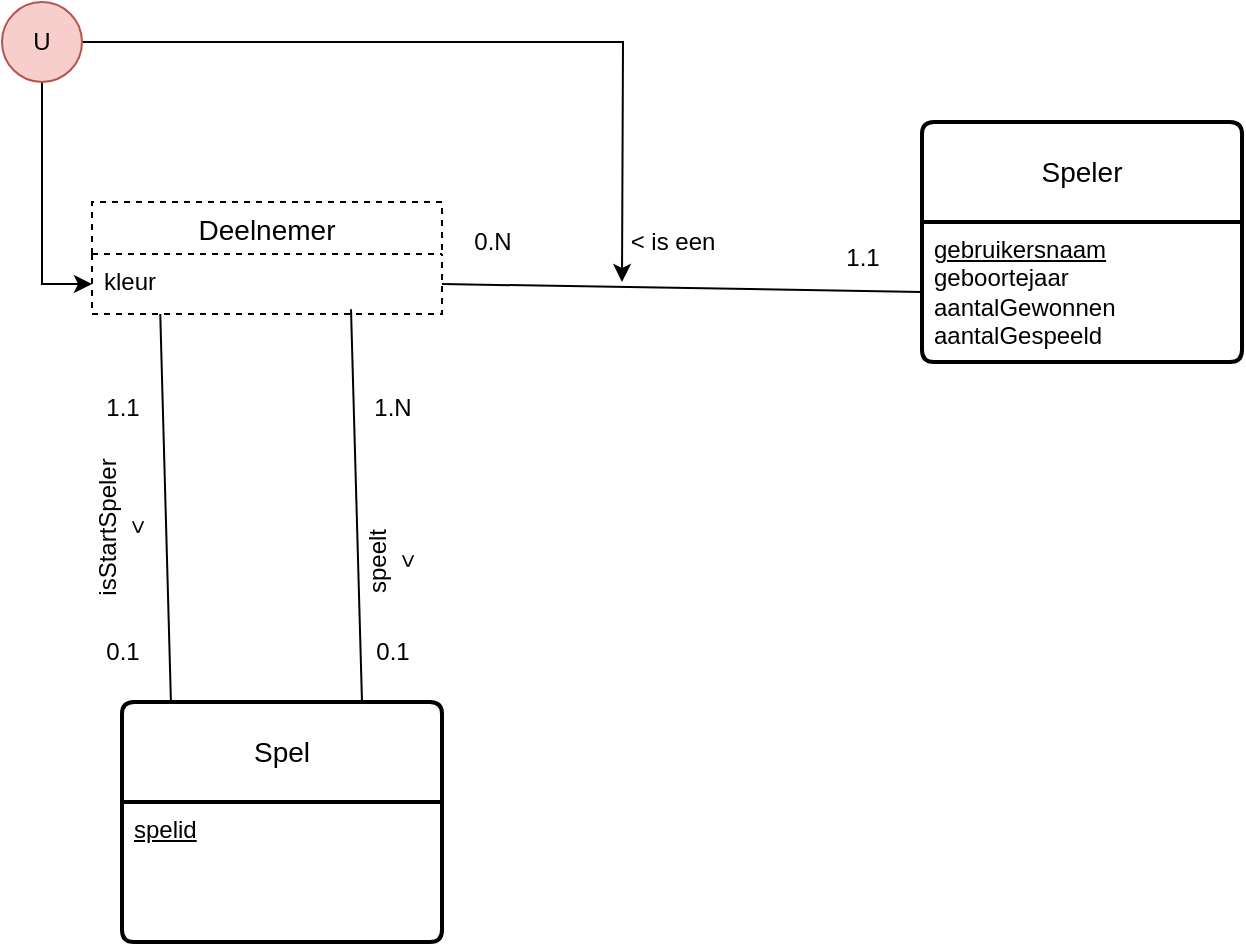
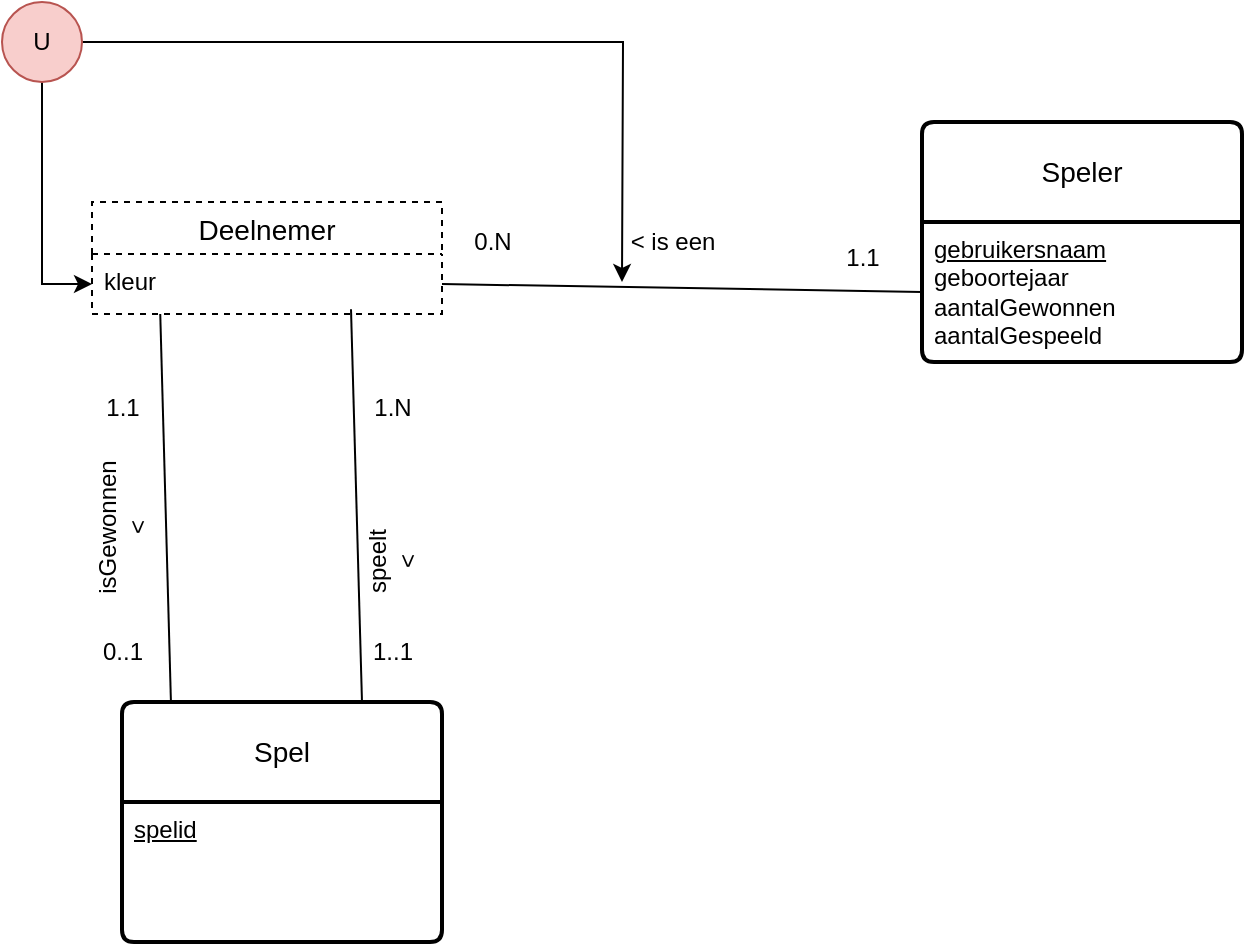
<mxfile host="Electron" agent="Mozilla/5.0 (Windows NT 10.0; Win64; x64) AppleWebKit/537.36 (KHTML, like Gecko) draw.io/26.0.16 Chrome/132.0.6834.196 Electron/34.2.0 Safari/537.36" version="26.0.16">
  <diagram name="Pagina-1" id="R2dHtu-bVUEhed9lxbZd">
-     <mxGraphModel dx="1050" dy="621" grid="1" gridSize="10" guides="1" tooltips="1" connect="1" arrows="1" fold="1" page="1" pageScale="1" pageWidth="1169" pageHeight="827" math="0" shadow="0">
+     <mxGraphModel dx="1230" dy="557" grid="1" gridSize="10" guides="1" tooltips="1" connect="1" arrows="1" fold="1" page="1" pageScale="1" pageWidth="1169" pageHeight="827" math="0" shadow="0">
      <root>
        <mxCell id="0" />
        <mxCell id="1" parent="0" />
        <mxCell id="nRc1Hy0FpJjMIUaUQida-14" value="Speler" style="swimlane;childLayout=stackLayout;horizontal=1;startSize=50;horizontalStack=0;rounded=1;fontSize=14;fontStyle=0;strokeWidth=2;resizeParent=0;resizeLast=1;shadow=0;dashed=0;align=center;arcSize=4;whiteSpace=wrap;html=1;" parent="1" vertex="1">
          <mxGeometry x="800" y="260" width="160" height="120" as="geometry" />
        </mxCell>
        <mxCell id="nRc1Hy0FpJjMIUaUQida-15" value="&lt;u&gt;gebruikersnaam&lt;/u&gt;&lt;br&gt;geboortejaar&lt;br&gt;aantalGewonnen&lt;div&gt;aantalGespeeld&lt;/div&gt;" style="align=left;strokeColor=none;fillColor=none;spacingLeft=4;fontSize=12;verticalAlign=top;resizable=0;rotatable=0;part=1;html=1;" parent="nRc1Hy0FpJjMIUaUQida-14" vertex="1">
          <mxGeometry y="50" width="160" height="70" as="geometry" />
        </mxCell>
        <mxCell id="kUnBLlnRD9ZRDoXY3fqV-17" value="" style="endArrow=none;html=1;rounded=0;exitX=1;exitY=0.5;exitDx=0;exitDy=0;entryX=0;entryY=0.5;entryDx=0;entryDy=0;" parent="1" source="V2YbGEW06t_wET7pKE8r-14" target="nRc1Hy0FpJjMIUaUQida-15" edge="1">
          <mxGeometry relative="1" as="geometry">
            <mxPoint x="561.28" y="337.58000000000004" as="sourcePoint" />
            <mxPoint x="730" y="330" as="targetPoint" />
          </mxGeometry>
        </mxCell>
        <mxCell id="kUnBLlnRD9ZRDoXY3fqV-18" value="0.N" style="text;html=1;align=center;verticalAlign=middle;resizable=0;points=[];autosize=1;strokeColor=none;fillColor=none;" parent="1" vertex="1">
          <mxGeometry x="565" y="305" width="40" height="30" as="geometry" />
        </mxCell>
        <mxCell id="kUnBLlnRD9ZRDoXY3fqV-19" value="1.1" style="text;html=1;align=center;verticalAlign=middle;resizable=0;points=[];autosize=1;strokeColor=none;fillColor=none;" parent="1" vertex="1">
          <mxGeometry x="750" y="313" width="40" height="30" as="geometry" />
        </mxCell>
        <mxCell id="kUnBLlnRD9ZRDoXY3fqV-20" value="&amp;lt; is een" style="text;html=1;align=center;verticalAlign=middle;resizable=0;points=[];autosize=1;strokeColor=none;fillColor=none;" parent="1" vertex="1">
          <mxGeometry x="640" y="305" width="70" height="30" as="geometry" />
        </mxCell>
        <mxCell id="kUnBLlnRD9ZRDoXY3fqV-22" value="Spel" style="swimlane;childLayout=stackLayout;horizontal=1;startSize=50;horizontalStack=0;rounded=1;fontSize=14;fontStyle=0;strokeWidth=2;resizeParent=0;resizeLast=1;shadow=0;dashed=0;align=center;arcSize=4;whiteSpace=wrap;html=1;" parent="1" vertex="1">
          <mxGeometry x="400" y="550" width="160" height="120" as="geometry" />
        </mxCell>
        <mxCell id="kUnBLlnRD9ZRDoXY3fqV-23" value="&lt;u&gt;spelid&lt;/u&gt;" style="align=left;strokeColor=none;fillColor=none;spacingLeft=4;spacingRight=4;fontSize=12;verticalAlign=top;resizable=0;rotatable=0;part=1;html=1;whiteSpace=wrap;" parent="kUnBLlnRD9ZRDoXY3fqV-22" vertex="1">
          <mxGeometry y="50" width="160" height="70" as="geometry" />
        </mxCell>
-         <mxCell id="V2YbGEW06t_wET7pKE8r-1" value="" style="endArrow=none;html=1;rounded=0;exitX=0.195;exitY=1;exitDx=0;exitDy=0;exitPerimeter=0;entryX=0.153;entryY=0.003;entryDx=0;entryDy=0;entryPerimeter=0;" edge="1" parent="1" source="V2YbGEW06t_wET7pKE8r-14" target="kUnBLlnRD9ZRDoXY3fqV-22">
+         <mxCell id="V2YbGEW06t_wET7pKE8r-1" value="" style="endArrow=none;html=1;rounded=0;exitX=0.195;exitY=1;exitDx=0;exitDy=0;exitPerimeter=0;entryX=0.153;entryY=0.003;entryDx=0;entryDy=0;entryPerimeter=0;" parent="1" source="V2YbGEW06t_wET7pKE8r-14" target="kUnBLlnRD9ZRDoXY3fqV-22" edge="1">
          <mxGeometry relative="1" as="geometry">
            <mxPoint x="423.68000000000006" y="382.38" as="sourcePoint" />
            <mxPoint x="620" y="400" as="targetPoint" />
          </mxGeometry>
        </mxCell>
-         <mxCell id="V2YbGEW06t_wET7pKE8r-2" value="1.1" style="text;html=1;align=center;verticalAlign=middle;resizable=0;points=[];autosize=1;strokeColor=none;fillColor=none;" vertex="1" parent="1">
+         <mxCell id="V2YbGEW06t_wET7pKE8r-2" value="1.1" style="text;html=1;align=center;verticalAlign=middle;resizable=0;points=[];autosize=1;strokeColor=none;fillColor=none;" parent="1" vertex="1">
          <mxGeometry x="380" y="388" width="40" height="30" as="geometry" />
        </mxCell>
-         <mxCell id="V2YbGEW06t_wET7pKE8r-3" value="0.1" style="text;html=1;align=center;verticalAlign=middle;resizable=0;points=[];autosize=1;strokeColor=none;fillColor=none;" vertex="1" parent="1">
+         <mxCell id="V2YbGEW06t_wET7pKE8r-3" value="0..1" style="text;html=1;align=center;verticalAlign=middle;resizable=0;points=[];autosize=1;strokeColor=none;fillColor=none;" parent="1" vertex="1">
          <mxGeometry x="380" y="510" width="40" height="30" as="geometry" />
        </mxCell>
-         <mxCell id="V2YbGEW06t_wET7pKE8r-4" value="isStartSpeler&lt;div&gt;&amp;lt;&lt;/div&gt;" style="text;html=1;align=center;verticalAlign=middle;resizable=0;points=[];autosize=1;strokeColor=none;fillColor=none;rotation=-90;" vertex="1" parent="1">
+         <mxCell id="V2YbGEW06t_wET7pKE8r-4" value="isGewonnen&lt;div&gt;&amp;lt;&lt;/div&gt;" style="text;html=1;align=center;verticalAlign=middle;resizable=0;points=[];autosize=1;strokeColor=none;fillColor=none;rotation=-90;" parent="1" vertex="1">
          <mxGeometry x="355" y="443" width="90" height="40" as="geometry" />
        </mxCell>
-         <mxCell id="V2YbGEW06t_wET7pKE8r-5" value="" style="endArrow=none;html=1;rounded=0;exitX=0.74;exitY=0.92;exitDx=0;exitDy=0;exitPerimeter=0;entryX=0.75;entryY=0;entryDx=0;entryDy=0;" edge="1" parent="1" source="V2YbGEW06t_wET7pKE8r-14" target="kUnBLlnRD9ZRDoXY3fqV-22">
+         <mxCell id="V2YbGEW06t_wET7pKE8r-5" value="" style="endArrow=none;html=1;rounded=0;exitX=0.74;exitY=0.92;exitDx=0;exitDy=0;exitPerimeter=0;entryX=0.75;entryY=0;entryDx=0;entryDy=0;" parent="1" source="V2YbGEW06t_wET7pKE8r-14" target="kUnBLlnRD9ZRDoXY3fqV-22" edge="1">
          <mxGeometry relative="1" as="geometry">
            <mxPoint x="508.48" y="378.39" as="sourcePoint" />
            <mxPoint x="620" y="400" as="targetPoint" />
          </mxGeometry>
        </mxCell>
-         <mxCell id="V2YbGEW06t_wET7pKE8r-6" value="1.N" style="text;html=1;align=center;verticalAlign=middle;resizable=0;points=[];autosize=1;strokeColor=none;fillColor=none;" vertex="1" parent="1">
+         <mxCell id="V2YbGEW06t_wET7pKE8r-6" value="1.N" style="text;html=1;align=center;verticalAlign=middle;resizable=0;points=[];autosize=1;strokeColor=none;fillColor=none;" parent="1" vertex="1">
          <mxGeometry x="515" y="388" width="40" height="30" as="geometry" />
        </mxCell>
-         <mxCell id="V2YbGEW06t_wET7pKE8r-7" value="0.1" style="text;html=1;align=center;verticalAlign=middle;resizable=0;points=[];autosize=1;strokeColor=none;fillColor=none;" vertex="1" parent="1">
+         <mxCell id="V2YbGEW06t_wET7pKE8r-7" value="1..1" style="text;html=1;align=center;verticalAlign=middle;resizable=0;points=[];autosize=1;strokeColor=none;fillColor=none;" parent="1" vertex="1">
          <mxGeometry x="515" y="510" width="40" height="30" as="geometry" />
        </mxCell>
-         <mxCell id="V2YbGEW06t_wET7pKE8r-8" value="speelt&lt;div&gt;&amp;lt;&lt;/div&gt;" style="text;html=1;align=center;verticalAlign=middle;resizable=0;points=[];autosize=1;strokeColor=none;fillColor=none;rotation=-90;" vertex="1" parent="1">
+         <mxCell id="V2YbGEW06t_wET7pKE8r-8" value="speelt&lt;div&gt;&amp;lt;&lt;/div&gt;" style="text;html=1;align=center;verticalAlign=middle;resizable=0;points=[];autosize=1;strokeColor=none;fillColor=none;rotation=-90;" parent="1" vertex="1">
          <mxGeometry x="505" y="460" width="60" height="40" as="geometry" />
        </mxCell>
-         <mxCell id="V2YbGEW06t_wET7pKE8r-13" value="Deelnemer" style="swimlane;fontStyle=0;childLayout=stackLayout;horizontal=1;startSize=26;horizontalStack=0;resizeParent=1;resizeParentMax=0;resizeLast=0;collapsible=1;marginBottom=0;align=center;fontSize=14;dashed=1;" vertex="1" parent="1">
+         <mxCell id="V2YbGEW06t_wET7pKE8r-13" value="Deelnemer" style="swimlane;fontStyle=0;childLayout=stackLayout;horizontal=1;startSize=26;horizontalStack=0;resizeParent=1;resizeParentMax=0;resizeLast=0;collapsible=1;marginBottom=0;align=center;fontSize=14;dashed=1;" parent="1" vertex="1">
          <mxGeometry x="385" y="300" width="175" height="56" as="geometry" />
        </mxCell>
-         <mxCell id="V2YbGEW06t_wET7pKE8r-14" value="kleur" style="text;strokeColor=none;fillColor=none;spacingLeft=4;spacingRight=4;overflow=hidden;rotatable=0;points=[[0,0.5],[1,0.5]];portConstraint=eastwest;fontSize=12;" vertex="1" parent="V2YbGEW06t_wET7pKE8r-13">
+         <mxCell id="V2YbGEW06t_wET7pKE8r-14" value="kleur" style="text;strokeColor=none;fillColor=none;spacingLeft=4;spacingRight=4;overflow=hidden;rotatable=0;points=[[0,0.5],[1,0.5]];portConstraint=eastwest;fontSize=12;" parent="V2YbGEW06t_wET7pKE8r-13" vertex="1">
          <mxGeometry y="26" width="175" height="30" as="geometry" />
        </mxCell>
-         <mxCell id="V2YbGEW06t_wET7pKE8r-17" style="edgeStyle=orthogonalEdgeStyle;rounded=0;orthogonalLoop=1;jettySize=auto;html=1;" edge="1" parent="1" source="V2YbGEW06t_wET7pKE8r-16">
+         <mxCell id="V2YbGEW06t_wET7pKE8r-17" style="edgeStyle=orthogonalEdgeStyle;rounded=0;orthogonalLoop=1;jettySize=auto;html=1;" parent="1" source="V2YbGEW06t_wET7pKE8r-16" edge="1">
          <mxGeometry relative="1" as="geometry">
            <mxPoint x="650" y="340" as="targetPoint" />
          </mxGeometry>
        </mxCell>
-         <mxCell id="V2YbGEW06t_wET7pKE8r-20" style="edgeStyle=orthogonalEdgeStyle;rounded=0;orthogonalLoop=1;jettySize=auto;html=1;entryX=0;entryY=0.5;entryDx=0;entryDy=0;" edge="1" parent="1" source="V2YbGEW06t_wET7pKE8r-16" target="V2YbGEW06t_wET7pKE8r-14">
+         <mxCell id="V2YbGEW06t_wET7pKE8r-20" style="edgeStyle=orthogonalEdgeStyle;rounded=0;orthogonalLoop=1;jettySize=auto;html=1;entryX=0;entryY=0.5;entryDx=0;entryDy=0;" parent="1" source="V2YbGEW06t_wET7pKE8r-16" target="V2YbGEW06t_wET7pKE8r-14" edge="1">
          <mxGeometry relative="1" as="geometry" />
        </mxCell>
-         <mxCell id="V2YbGEW06t_wET7pKE8r-16" value="U" style="ellipse;whiteSpace=wrap;html=1;strokeColor=#b85450;fillColor=#f8cecc;" vertex="1" parent="1">
+         <mxCell id="V2YbGEW06t_wET7pKE8r-16" value="U" style="ellipse;whiteSpace=wrap;html=1;strokeColor=#b85450;fillColor=#f8cecc;" parent="1" vertex="1">
          <mxGeometry x="340" y="200" width="40" height="40" as="geometry" />
        </mxCell>
      </root>
    </mxGraphModel>
  </diagram>
</mxfile>
